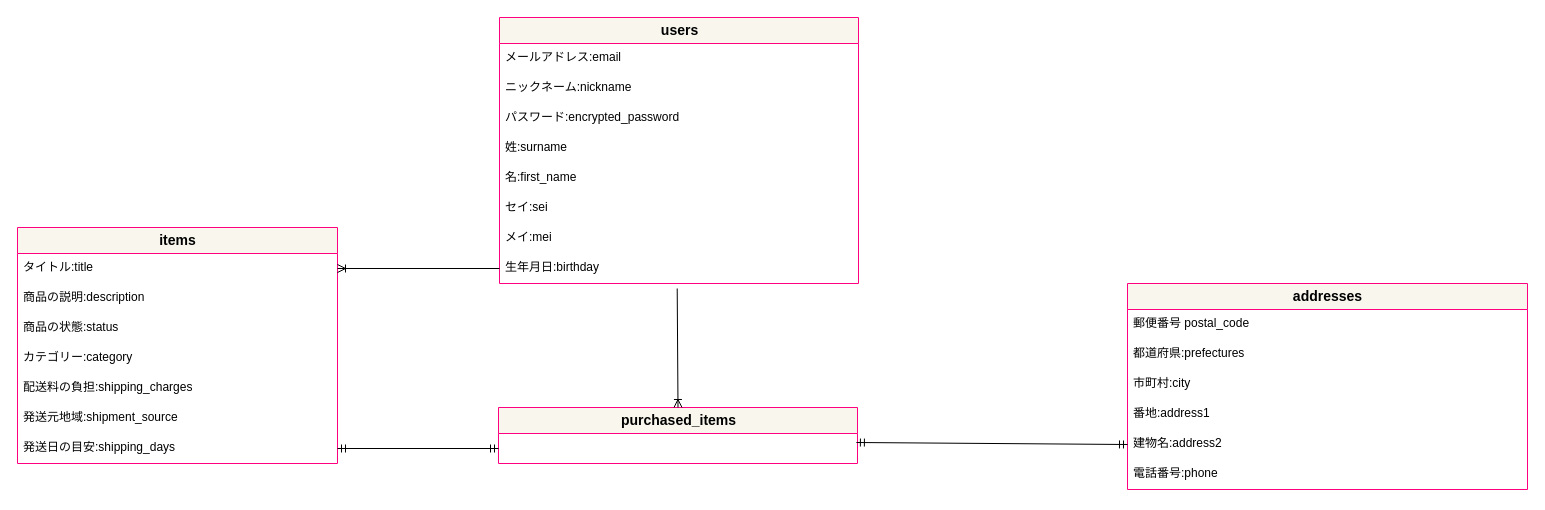
This is er.dio from MikaArakawa/furima-35455, a draw.io file, before an edit. Source tidied: cells renumbered, new cells numbered last; positions are measured from the earlier drawing's top-left corner, leaving out a move shared by most shapes. Both pictures are drawn from the tidied source at 100%, with x=0, y=0 at pixel (17, 17).
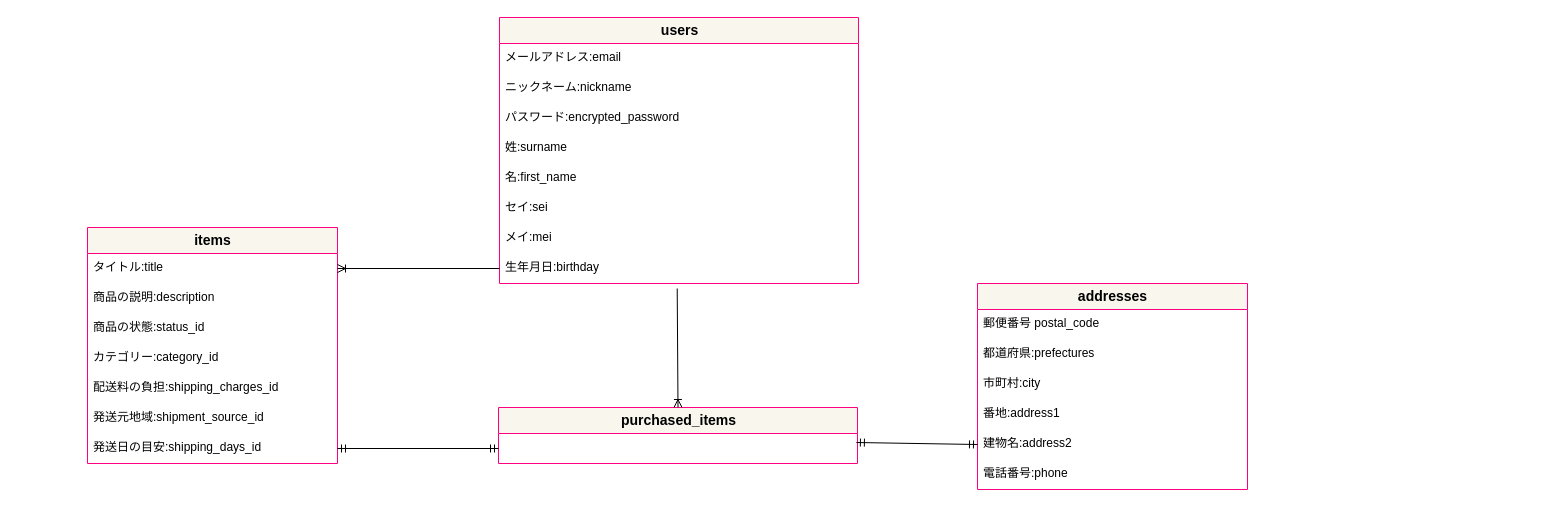
The same diagram, later.

What changed in the source:
```diff
@@
     <mxCell id="2" value="&lt;font color=&quot;#000000&quot;&gt;&lt;b&gt;items&lt;/b&gt;&lt;/font&gt;" style="swimlane;fontStyle=0;horizontal=1;startSize=26;align=center;fontSize=14;strokeColor=#FF0080;fillColor=#f9f7ed;html=1;" parent="1" vertex="1">
-      <mxGeometry y="210" width="320" height="236" as="geometry" />
+      <mxGeometry x="70" y="210" width="250" height="236" as="geometry" />
     </mxCell>
     <mxCell id="3" value="タイトル:title" style="text;strokeColor=none;fillColor=none;spacingLeft=4;spacingRight=4;overflow=hidden;points=[[0,0.5],[1,0.5]];portConstraint=eastwest;fontSize=12;" parent="2" vertex="1">
-      <mxGeometry y="26" width="320" height="30" as="geometry" />
+      <mxGeometry y="26" width="250" height="30" as="geometry" />
     </mxCell>
     <mxCell id="4" value="商品の説明:description" style="text;strokeColor=none;fillColor=none;spacingLeft=4;spacingRight=4;overflow=hidden;fontSize=12;" parent="2" vertex="1">
-      <mxGeometry y="56" width="320" height="30" as="geometry" />
+      <mxGeometry y="56" width="250" height="30" as="geometry" />
     </mxCell>
-    <mxCell id="5" value="商品の状態:status" style="text;strokeColor=none;fillColor=none;spacingLeft=4;spacingRight=4;overflow=hidden;fontSize=12;" parent="2" vertex="1">
-      <mxGeometry y="86" width="320" height="30" as="geometry" />
+    <mxCell id="5" value="商品の状態:status_id" style="text;strokeColor=none;fillColor=none;spacingLeft=4;spacingRight=4;overflow=hidden;fontSize=12;" parent="2" vertex="1">
+      <mxGeometry y="86" width="250" height="30" as="geometry" />
     </mxCell>
-    <mxCell id="6" value="カテゴリー:category" style="text;strokeColor=none;fillColor=none;spacingLeft=4;spacingRight=4;overflow=hidden;fontSize=12;" parent="2" vertex="1">
-      <mxGeometry y="116" width="320" height="30" as="geometry" />
+    <mxCell id="6" value="カテゴリー:category_id" style="text;strokeColor=none;fillColor=none;spacingLeft=4;spacingRight=4;overflow=hidden;fontSize=12;" parent="2" vertex="1">
+      <mxGeometry y="116" width="250" height="30" as="geometry" />
     </mxCell>
-    <mxCell id="7" value="配送料の負担:shipping_charges" style="text;strokeColor=none;fillColor=none;spacingLeft=4;spacingRight=4;overflow=hidden;fontSize=12;" parent="2" vertex="1">
-      <mxGeometry y="146" width="320" height="30" as="geometry" />
+    <mxCell id="7" value="配送料の負担:shipping_charges_id" style="text;strokeColor=none;fillColor=none;spacingLeft=4;spacingRight=4;overflow=hidden;fontSize=12;" parent="2" vertex="1">
+      <mxGeometry y="146" width="250" height="30" as="geometry" />
     </mxCell>
-    <mxCell id="8" value="発送元地域:shipment_source" style="text;strokeColor=none;fillColor=none;spacingLeft=4;spacingRight=4;overflow=hidden;fontSize=12;" parent="2" vertex="1">
-      <mxGeometry y="176" width="320" height="30" as="geometry" />
+    <mxCell id="8" value="発送元地域:shipment_source_id" style="text;strokeColor=none;fillColor=none;spacingLeft=4;spacingRight=4;overflow=hidden;fontSize=12;" parent="2" vertex="1">
+      <mxGeometry y="176" width="250" height="30" as="geometry" />
     </mxCell>
-    <mxCell id="9" value="発送日の目安:shipping_days" style="text;strokeColor=none;fillColor=none;spacingLeft=4;spacingRight=4;overflow=hidden;points=[[0,0.5],[1,0.5]];portConstraint=eastwest;fontSize=12;" parent="2" vertex="1">
-      <mxGeometry y="206" width="320" height="30" as="geometry" />
+    <mxCell id="9" value="発送日の目安:shipping_days_id" style="text;strokeColor=none;fillColor=none;spacingLeft=4;spacingRight=4;overflow=hidden;points=[[0,0.5],[1,0.5]];portConstraint=eastwest;fontSize=12;" parent="2" vertex="1">
+      <mxGeometry y="206" width="250" height="30" as="geometry" />
     </mxCell>
@@
     <mxCell id="11" value="&lt;font color=&quot;#000000&quot;&gt;addresses&lt;/font&gt;" style="swimlane;fontStyle=1;horizontal=1;startSize=26;align=center;fontSize=14;strokeColor=#FF0080;fillColor=#f9f7ed;html=1;" parent="1" vertex="1">
-      <mxGeometry x="1110" y="266" width="400" height="206" as="geometry" />
+      <mxGeometry x="960" y="266" width="270" height="206" as="geometry" />
     </mxCell>
     <mxCell id="12" value="郵便番号 postal_code" style="text;strokeColor=none;fillColor=none;spacingLeft=4;spacingRight=4;overflow=hidden;fontSize=12;" parent="11" vertex="1">
-      <mxGeometry y="26" width="400" height="30" as="geometry" />
+      <mxGeometry y="26" width="270" height="30" as="geometry" />
     </mxCell>
     <mxCell id="13" value="都道府県:prefectures" style="text;strokeColor=none;fillColor=none;spacingLeft=4;spacingRight=4;overflow=hidden;fontSize=12;" parent="11" vertex="1">
-      <mxGeometry y="56" width="400" height="30" as="geometry" />
+      <mxGeometry y="56" width="270" height="30" as="geometry" />
     </mxCell>
     <mxCell id="14" value="市町村:city" style="text;strokeColor=none;fillColor=none;spacingLeft=4;spacingRight=4;overflow=hidden;fontSize=12;" parent="11" vertex="1">
-      <mxGeometry y="86" width="400" height="30" as="geometry" />
+      <mxGeometry y="86" width="270" height="30" as="geometry" />
     </mxCell>
     <mxCell id="15" value="番地:address1" style="text;strokeColor=none;fillColor=none;spacingLeft=4;spacingRight=4;overflow=hidden;fontSize=12;" parent="11" vertex="1">
-      <mxGeometry y="116" width="400" height="30" as="geometry" />
+      <mxGeometry y="116" width="270" height="30" as="geometry" />
     </mxCell>
     <mxCell id="16" value="建物名:address2" style="text;strokeColor=none;fillColor=none;spacingLeft=4;spacingRight=4;overflow=hidden;points=[[0,0.5],[1,0.5]];portConstraint=eastwest;fontSize=12;" parent="11" vertex="1">
-      <mxGeometry y="146" width="400" height="30" as="geometry" />
+      <mxGeometry y="146" width="270" height="30" as="geometry" />
     </mxCell>
     <mxCell id="17" value="電話番号:phone" style="text;strokeColor=none;fillColor=none;spacingLeft=4;spacingRight=4;overflow=hidden;fontSize=12;" parent="11" vertex="1">
-      <mxGeometry y="176" width="400" height="30" as="geometry" />
+      <mxGeometry y="176" width="270" height="30" as="geometry" />
     </mxCell>
```
